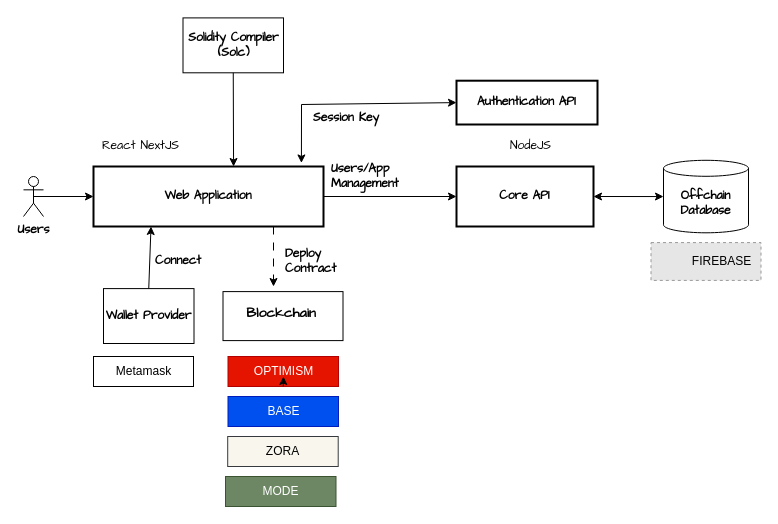
This is docs/diagrams/blocks-architecture.drawio from Nwakakukaks/superhack, a draw.io file, before an edit. Source tidied: cells renumbered, new cells numbered last; positions are measured from the earlier drawing's top-left corner, leaving out a move shared by most shapes. Both pictures are drawn from the tidied source at 100%, with x=0, y=0 at pixel (23, 17). Pictures stored in the file or linked from it are replaced by grey dashed boxes.
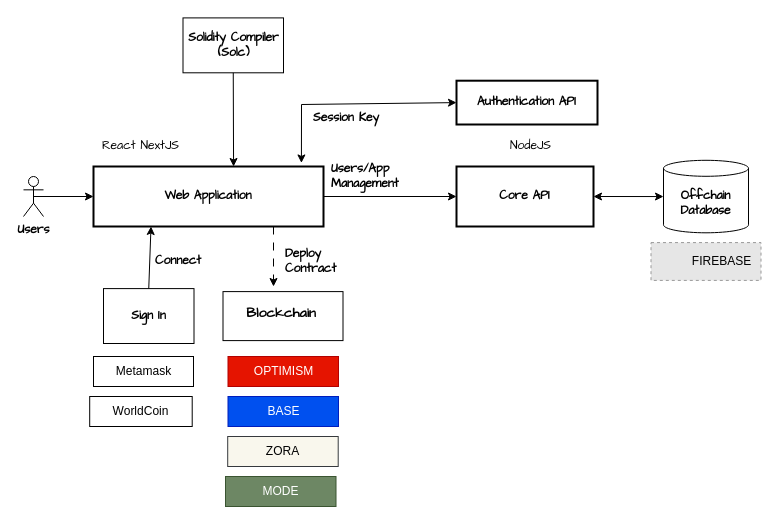
Above is the later version.

Unchanged cells that the change refers to:
```xml
<mxCell id="28" value="OPTIMISM" style="text;strokeColor=#B20000;align=center;fillColor=#e51400;html=1;verticalAlign=middle;whiteSpace=wrap;rounded=0;fontColor=#ffffff;" parent="1" vertex="1">
  <mxGeometry x="204.5" y="339" width="110.5" height="30" as="geometry" />
</mxCell>
```

What changed in the source:
```diff
@@
-    <mxCell id="13" value="Wallet Provider" style="rounded=0;whiteSpace=wrap;html=1;fontFamily=Comic Sans MS;fontStyle=1;labelBackgroundColor=none;" parent="1" vertex="1">
+    <mxCell id="13" value="Sign In" style="rounded=0;whiteSpace=wrap;html=1;fontFamily=Comic Sans MS;fontStyle=1;labelBackgroundColor=none;" parent="1" vertex="1">
       <mxGeometry x="80" y="271.1" width="90.5" height="54.9" as="geometry" />
     </mxCell>
@@
-    <mxCell id="32" style="edgeStyle=orthogonalEdgeStyle;rounded=0;orthogonalLoop=1;jettySize=auto;html=1;exitX=0.5;exitY=1;exitDx=0;exitDy=0;entryX=0.502;entryY=0.667;entryDx=0;entryDy=0;entryPerimeter=0;" parent="1" edge="1" source="28" target="28">
-      <mxGeometry relative="1" as="geometry" />
-    </mxCell>
@@
+    <mxCell id="34" value="WorldCoin" style="text;align=center;html=1;verticalAlign=middle;whiteSpace=wrap;rounded=0;strokeColor=default;" parent="1" vertex="1">
+      <mxGeometry x="66.2" y="379" width="102.5" height="30" as="geometry" />
+    </mxCell>
```
